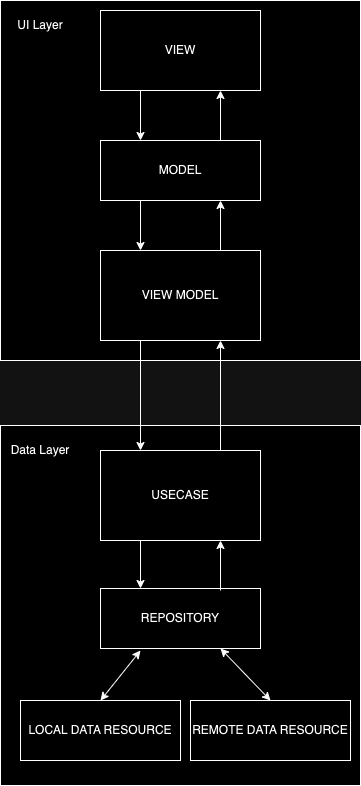
Before: screenshots/flow.png, a diagram exported from draw.io (trungkd1/pointofinterest). Source tidied: cells renumbered, new cells last; positions are measured from the earlier drawing's top-left corner, leaving out a move shared by most shapes.
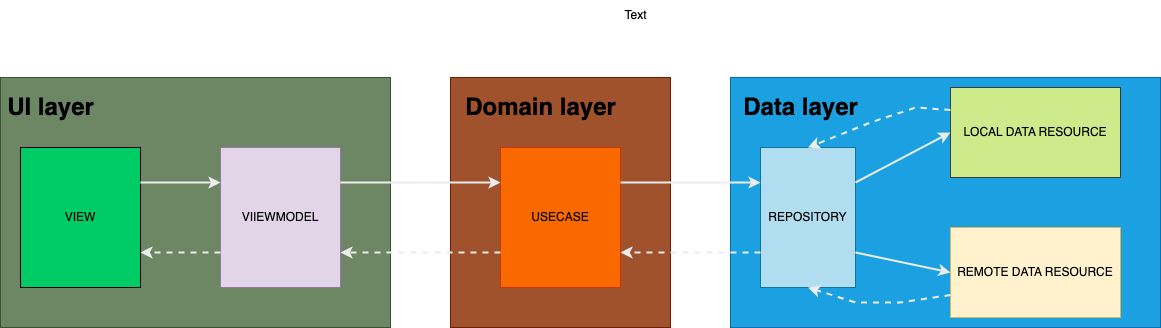
Above is the later version.

What changed in the source:
```diff
@@ -2,79 +2,84 @@
   <root>
     <mxCell id="0" />
     <mxCell id="1" parent="0" />
-    <mxCell id="2" style="whiteSpace=wrap;html=1;" parent="1" vertex="1">
-      <mxGeometry width="360" height="360" as="geometry" />
-    </mxCell>
+    <mxCell id="23" style="rounded=0;whiteSpace=wrap;html=1;align=center;fillColor=#6d8764;strokeColor=#3A5431;fontColor=#ffffff;" parent="1" vertex="1">
+      <mxGeometry x="-40" y="30" width="390" height="250" as="geometry" />
+    </mxCell>
-    <mxCell id="3" value="VIEW" style="rounded=0;whiteSpace=wrap;html=1;" parent="1" vertex="1">
-      <mxGeometry x="100" y="10" width="160" height="80" as="geometry" />
+    <mxCell id="3" value="VIEW" style="rounded=0;whiteSpace=wrap;html=1;fillColor=#00CC66;" parent="1" vertex="1">
+      <mxGeometry x="-20" y="100" width="120" height="140" as="geometry" />
     </mxCell>
-    <mxCell id="4" value="VIEW MODEL" style="rounded=0;whiteSpace=wrap;html=1;" parent="1" vertex="1">
-      <mxGeometry x="100" y="250" width="160" height="90" as="geometry" />
-    </mxCell>
-    <mxCell id="5" style="whiteSpace=wrap;html=1;" parent="1" vertex="1">
-      <mxGeometry y="425" width="360" height="360" as="geometry" />
-    </mxCell>
-    <mxCell id="6" value="Data Layer" style="text;html=1;align=center;verticalAlign=middle;whiteSpace=wrap;rounded=0;" parent="1" vertex="1">
-      <mxGeometry y="435" width="80" height="30" as="geometry" />
-    </mxCell>
-    <mxCell id="7" value="UI Layer" style="text;html=1;align=center;verticalAlign=middle;whiteSpace=wrap;rounded=0;" parent="1" vertex="1">
-      <mxGeometry x="10" y="10" width="60" height="30" as="geometry" />
-    </mxCell>
-    <mxCell id="8" value="MODEL" style="rounded=0;whiteSpace=wrap;html=1;" parent="1" vertex="1">
-      <mxGeometry x="100" y="140" width="160" height="60" as="geometry" />
-    </mxCell>
+    <mxCell id="24" value="VIIEWMODEL" style="rounded=0;whiteSpace=wrap;html=1;fillColor=#e1d5e7;strokeColor=#9673a6;" parent="1" vertex="1">
+      <mxGeometry x="180" y="100" width="120" height="140" as="geometry" />
+    </mxCell>
+    <mxCell id="25" value="UI layer" style="text;strokeColor=none;fillColor=none;html=1;fontSize=24;fontStyle=1;verticalAlign=middle;align=center;" parent="1" vertex="1">
+      <mxGeometry x="-40" y="40" width="100" height="40" as="geometry" />
+    </mxCell>
+    <mxCell id="26" style="rounded=0;whiteSpace=wrap;html=1;align=center;fillColor=#a0522d;fontColor=#ffffff;strokeColor=#6D1F00;" parent="1" vertex="1">
+      <mxGeometry x="410" y="30" width="220" height="250" as="geometry" />
+    </mxCell>
+    <mxCell id="27" value="Domain layer" style="text;strokeColor=none;fillColor=none;html=1;fontSize=24;fontStyle=1;verticalAlign=middle;align=center;" parent="1" vertex="1">
+      <mxGeometry x="450" y="40" width="100" height="40" as="geometry" />
+    </mxCell>
-    <mxCell id="9" value="USECASE" style="rounded=0;whiteSpace=wrap;html=1;" parent="1" vertex="1">
-      <mxGeometry x="100" y="450" width="160" height="90" as="geometry" />
+    <mxCell id="9" value="USECASE" style="rounded=0;whiteSpace=wrap;html=1;fillColor=#fa6800;fontColor=#000000;strokeColor=#C73500;" parent="1" vertex="1">
+      <mxGeometry x="460" y="100" width="120" height="140" as="geometry" />
     </mxCell>
+    <mxCell id="28" style="rounded=0;whiteSpace=wrap;html=1;align=center;fillColor=#1ba1e2;fontColor=#ffffff;strokeColor=#006EAF;" parent="1" vertex="1">
+      <mxGeometry x="690" y="30" width="430" height="250" as="geometry" />
+    </mxCell>
+    <mxCell id="29" value="Data layer" style="text;strokeColor=none;fillColor=none;html=1;fontSize=24;fontStyle=1;verticalAlign=middle;align=center;" parent="1" vertex="1">
+      <mxGeometry x="710" y="40" width="100" height="40" as="geometry" />
+    </mxCell>
-    <mxCell id="10" value="REPOSITORY" style="rounded=0;whiteSpace=wrap;html=1;" parent="1" vertex="1">
-      <mxGeometry x="100" y="588" width="160" height="60" as="geometry" />
+    <mxCell id="10" value="REPOSITORY" style="rounded=0;whiteSpace=wrap;html=1;fillColor=#b1ddf0;strokeColor=#10739e;" parent="1" vertex="1">
+      <mxGeometry x="720" y="100" width="95" height="140" as="geometry" />
     </mxCell>
-    <mxCell id="11" value="LOCAL DATA RESOURCE" style="rounded=0;whiteSpace=wrap;html=1;" parent="1" vertex="1">
-      <mxGeometry x="20" y="700" width="160" height="60" as="geometry" />
+    <mxCell id="11" value="LOCAL DATA RESOURCE" style="rounded=0;whiteSpace=wrap;html=1;fillColor=#cdeb8b;strokeColor=#36393d;" parent="1" vertex="1">
+      <mxGeometry x="910" y="40" width="170" height="90" as="geometry" />
     </mxCell>
-    <mxCell id="12" value="REMOTE DATA RESOURCE" style="rounded=0;whiteSpace=wrap;html=1;" parent="1" vertex="1">
-      <mxGeometry x="190" y="700" width="160" height="60" as="geometry" />
+    <mxCell id="12" value="REMOTE DATA RESOURCE" style="rounded=0;whiteSpace=wrap;html=1;fillColor=#fff2cc;strokeColor=#d6b656;" parent="1" vertex="1">
+      <mxGeometry x="910" y="180" width="170" height="90" as="geometry" />
     </mxCell>
-    <mxCell id="13" style="endArrow=classic;html=1;rounded=0;exitX=0.25;exitY=1;exitDx=0;exitDy=0;entryX=0.25;entryY=0;entryDx=0;entryDy=0;" parent="1" edge="1" source="3" target="8">
-      <mxGeometry relative="1" as="geometry" />
-    </mxCell>
-    <mxCell id="14" style="endArrow=classic;html=1;rounded=0;exitX=0.25;exitY=1;exitDx=0;exitDy=0;entryX=0.25;entryY=0;entryDx=0;entryDy=0;" parent="1" edge="1">
-      <mxGeometry relative="1" as="geometry">
-        <mxPoint x="140" y="200" as="sourcePoint" />
-        <mxPoint x="140" y="250" as="targetPoint" />
-      </mxGeometry>
-    </mxCell>
-    <mxCell id="15" style="endArrow=classic;html=1;rounded=0;exitX=0.75;exitY=0;exitDx=0;exitDy=0;entryX=0.75;entryY=1;entryDx=0;entryDy=0;" parent="1" edge="1" source="4" target="8">
-      <mxGeometry relative="1" as="geometry" />
-    </mxCell>
-    <mxCell id="16" style="endArrow=classic;html=1;rounded=0;exitX=0.75;exitY=0;exitDx=0;exitDy=0;entryX=0.75;entryY=1;entryDx=0;entryDy=0;" parent="1" edge="1">
-      <mxGeometry relative="1" as="geometry">
-        <mxPoint x="220" y="140" as="sourcePoint" />
-        <mxPoint x="220" y="90" as="targetPoint" />
-      </mxGeometry>
-    </mxCell>
-    <mxCell id="17" style="endArrow=classic;html=1;rounded=0;exitX=0.25;exitY=1;exitDx=0;exitDy=0;entryX=0.25;entryY=0;entryDx=0;entryDy=0;" parent="1" edge="1" source="4" target="9">
-      <mxGeometry relative="1" as="geometry" />
-    </mxCell>
-    <mxCell id="18" style="endArrow=classic;html=1;rounded=0;exitX=0.75;exitY=0;exitDx=0;exitDy=0;entryX=0.75;entryY=1;entryDx=0;entryDy=0;" parent="1" edge="1" source="9" target="4">
-      <mxGeometry relative="1" as="geometry" />
-    </mxCell>
+    <mxCell id="30" style="endArrow=classic;html=1;rounded=0;exitX=1;exitY=0.25;exitDx=0;exitDy=0;entryX=0;entryY=0.25;entryDx=0;entryDy=0;strokeWidth=2;strokeColor=#EDEDED;" parent="1" edge="1" source="3" target="24">
+      <mxGeometry relative="1" as="geometry" />
+    </mxCell>
+    <mxCell id="31" style="endArrow=classic;html=1;rounded=0;exitX=1;exitY=0.25;exitDx=0;exitDy=0;entryX=0;entryY=0.25;entryDx=0;entryDy=0;strokeWidth=2;strokeColor=#EDEDED;" parent="1" edge="1" source="24" target="9">
+      <mxGeometry relative="1" as="geometry" />
+    </mxCell>
+    <mxCell id="32" value="Text" style="text;html=1;align=center;verticalAlign=middle;strokeColor=none;fillColor=none;" parent="1" vertex="1">
+      <mxGeometry x="565" y="-47" width="60" height="30" as="geometry" />
+    </mxCell>
-    <mxCell id="19" style="endArrow=classic;html=1;rounded=0;exitX=0.25;exitY=1;exitDx=0;exitDy=0;entryX=0.25;entryY=0;entryDx=0;entryDy=0;" parent="1" edge="1" source="9" target="10">
+    <mxCell id="19" style="endArrow=classic;html=1;rounded=0;exitX=1;exitY=0.25;exitDx=0;exitDy=0;entryX=0;entryY=0.25;entryDx=0;entryDy=0;strokeWidth=2;strokeColor=#EDEDED;" parent="1" edge="1" source="9" target="10">
       <mxGeometry relative="1" as="geometry" />
     </mxCell>
-    <mxCell id="20" style="endArrow=classic;html=1;rounded=0;entryX=0.75;entryY=1;entryDx=0;entryDy=0;" parent="1" edge="1">
-      <mxGeometry relative="1" as="geometry">
-        <mxPoint x="220" y="590" as="sourcePoint" />
-        <mxPoint x="220" y="540" as="targetPoint" />
-      </mxGeometry>
-    </mxCell>
-    <mxCell id="21" style="endArrow=classic;startArrow=classic;html=1;rounded=0;exitX=0.5;exitY=0;exitDx=0;exitDy=0;" parent="1" edge="1" source="11">
-      <mxGeometry relative="1" as="geometry">
-        <mxPoint x="140" y="650" as="targetPoint" />
-      </mxGeometry>
-    </mxCell>
+    <mxCell id="33" style="endArrow=classic;html=1;rounded=0;exitX=1;exitY=0.25;exitDx=0;exitDy=0;entryX=0;entryY=0.5;entryDx=0;entryDy=0;strokeWidth=2;strokeColor=#EDEDED;" parent="1" edge="1" source="10" target="11">
+      <mxGeometry relative="1" as="geometry" />
+    </mxCell>
+    <mxCell id="34" style="endArrow=classic;html=1;rounded=0;exitX=1;exitY=0.75;exitDx=0;exitDy=0;entryX=0;entryY=0.5;entryDx=0;entryDy=0;strokeWidth=2;strokeColor=#EDEDED;" parent="1" edge="1" source="10" target="12">
+      <mxGeometry relative="1" as="geometry" />
+    </mxCell>
+    <mxCell id="35" style="endArrow=classic;html=1;rounded=0;exitX=0;exitY=0.75;exitDx=0;exitDy=0;entryX=1;entryY=0.75;entryDx=0;entryDy=0;strokeWidth=2;strokeColor=#EDEDED;dashed=1;" parent="1" edge="1" source="24" target="3">
+      <mxGeometry relative="1" as="geometry" />
+    </mxCell>
+    <mxCell id="36" style="endArrow=classic;html=1;rounded=0;exitX=0;exitY=0.75;exitDx=0;exitDy=0;entryX=1;entryY=0.75;entryDx=0;entryDy=0;strokeWidth=2;strokeColor=#EDEDED;dashed=1;" parent="1" edge="1" source="9" target="24">
+      <mxGeometry relative="1" as="geometry" />
+    </mxCell>
+    <mxCell id="37" style="endArrow=classic;html=1;rounded=0;exitX=0;exitY=0.75;exitDx=0;exitDy=0;entryX=1;entryY=0.75;entryDx=0;entryDy=0;strokeWidth=2;strokeColor=#EDEDED;dashed=1;" parent="1" edge="1" source="10" target="9">
+      <mxGeometry relative="1" as="geometry" />
+    </mxCell>
-    <mxCell id="22" style="endArrow=classic;startArrow=classic;html=1;rounded=0;entryX=0.75;entryY=1;entryDx=0;entryDy=0;exitX=0.5;exitY=0;exitDx=0;exitDy=0;" parent="1" edge="1" source="12" target="10">
-      <mxGeometry relative="1" as="geometry" />
+    <mxCell id="22" style="endArrow=classic;html=1;rounded=0;exitX=0;exitY=0.75;exitDx=0;exitDy=0;entryX=0.5;entryY=1;entryDx=0;entryDy=0;strokeWidth=2;strokeColor=#EDEDED;dashed=1;" parent="1" edge="1" source="12" target="10">
+      <mxGeometry relative="1" as="geometry">
+        <Array as="points">
+          <mxPoint x="860" y="255" />
+          <mxPoint x="815" y="255" />
+        </Array>
+      </mxGeometry>
     </mxCell>
+    <mxCell id="38" style="endArrow=classic;html=1;rounded=0;exitX=0;exitY=0.25;exitDx=0;exitDy=0;entryX=0.5;entryY=0;entryDx=0;entryDy=0;strokeWidth=2;strokeColor=#EDEDED;dashed=1;" parent="1" edge="1" source="11" target="10">
+      <mxGeometry relative="1" as="geometry">
+        <Array as="points">
+          <mxPoint x="875" y="60" />
+          <mxPoint x="830" y="75" />
+        </Array>
+      </mxGeometry>
+    </mxCell>
   </root>
 </mxGraphModel>
```
